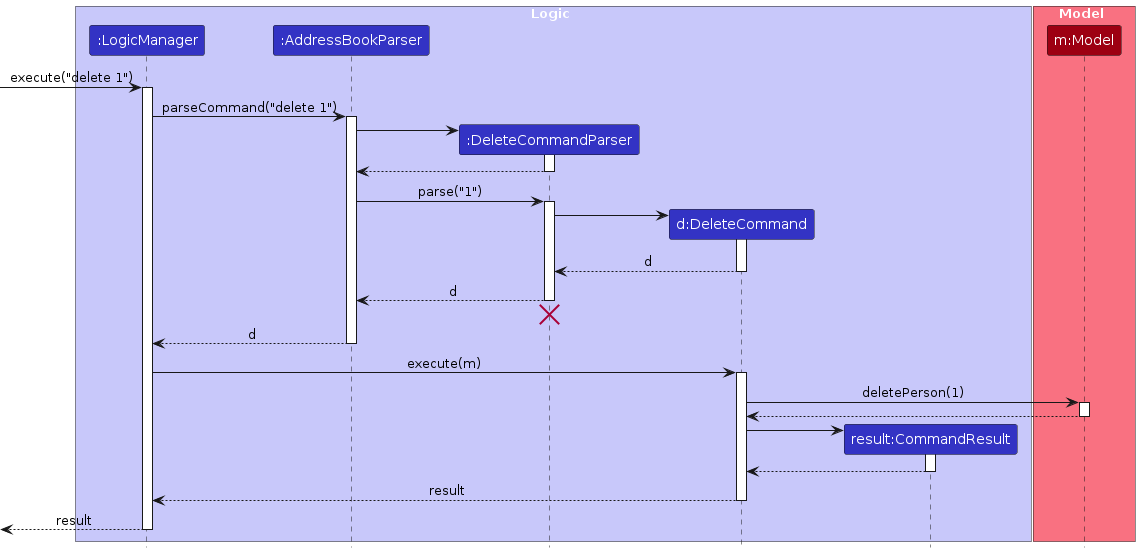
Earlier version of the PlantUML export diagrams/DeleteSequenceDiagram.png (Rishit02/tp). Its source is kept beside it as diagrams/DeleteSequenceDiagram.puml. The source it was exported from:
```plantuml
@startuml
!include style.puml
skinparam ArrowFontStyle plain

box Logic LOGIC_COLOR_T1
participant ":LogicManager" as LogicManager LOGIC_COLOR
participant ":AddressBookParser" as AddressBookParser LOGIC_COLOR
participant ":DeleteCommandParser" as DeleteCommandParser LOGIC_COLOR
participant "d:DeleteCommand" as DeleteCommand LOGIC_COLOR
participant "result:CommandResult" as CommandResult LOGIC_COLOR
end box

box Model MODEL_COLOR_T1
participant "m:Model" as Model MODEL_COLOR
end box

[-> LogicManager : execute("delete 1")
activate LogicManager

LogicManager -> AddressBookParser : parseCommand("delete 1")
activate AddressBookParser

create DeleteCommandParser
AddressBookParser -> DeleteCommandParser
activate DeleteCommandParser

DeleteCommandParser --> AddressBookParser
deactivate DeleteCommandParser

AddressBookParser -> DeleteCommandParser : parse("1")
activate DeleteCommandParser

create DeleteCommand
DeleteCommandParser -> DeleteCommand
activate DeleteCommand

DeleteCommand --> DeleteCommandParser : d
deactivate DeleteCommand

DeleteCommandParser --> AddressBookParser : d
deactivate DeleteCommandParser
DeleteCommandParser -[hidden]-> AddressBookParser
destroy DeleteCommandParser

AddressBookParser --> LogicManager : d
deactivate AddressBookParser

LogicManager -> DeleteCommand : execute(m)
activate DeleteCommand

DeleteCommand -> Model : deletePerson(1)
activate Model

Model --> DeleteCommand
deactivate Model

create CommandResult
DeleteCommand -> CommandResult
activate CommandResult

CommandResult --> DeleteCommand
deactivate CommandResult

DeleteCommand --> LogicManager : result
deactivate DeleteCommand

[<--LogicManager : result
deactivate LogicManager
@enduml
```
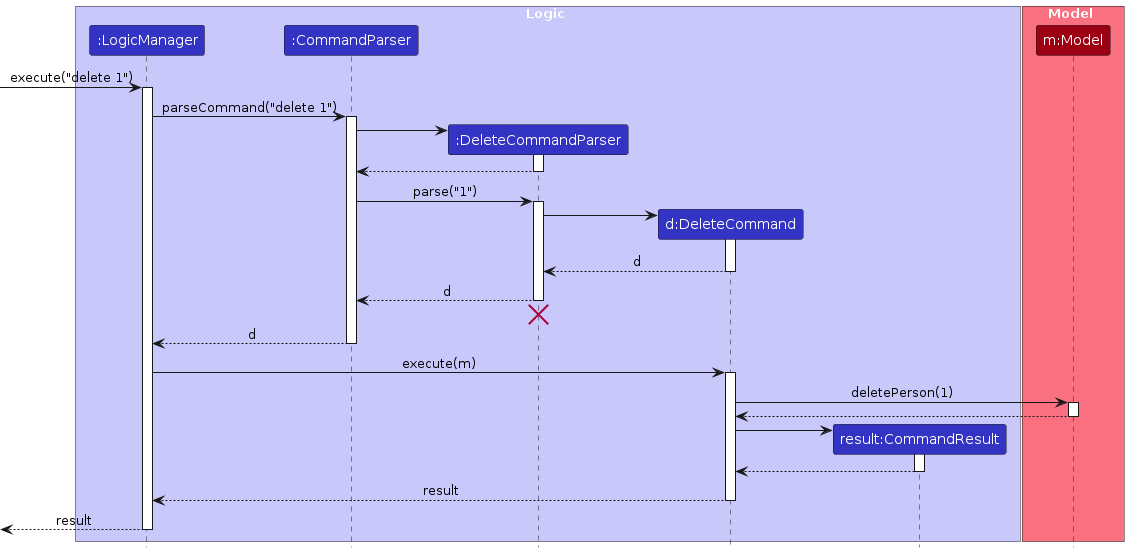
After the change.

Diff of the diagram source:
```diff
@@ -4,7 +4,7 @@
 
 box Logic LOGIC_COLOR_T1
 participant ":LogicManager" as LogicManager LOGIC_COLOR
-participant ":AddressBookParser" as AddressBookParser LOGIC_COLOR
+participant ":CommandParser" as CommandParser LOGIC_COLOR
 participant ":DeleteCommandParser" as DeleteCommandParser LOGIC_COLOR
 participant "d:DeleteCommand" as DeleteCommand LOGIC_COLOR
 participant "result:CommandResult" as CommandResult LOGIC_COLOR
@@ -17,17 +17,17 @@
 [-> LogicManager : execute("delete 1")
 activate LogicManager
 
-LogicManager -> AddressBookParser : parseCommand("delete 1")
-activate AddressBookParser
+LogicManager -> CommandParser : parseCommand("delete 1")
+activate CommandParser
 
 create DeleteCommandParser
-AddressBookParser -> DeleteCommandParser
+CommandParser -> DeleteCommandParser
 activate DeleteCommandParser
 
-DeleteCommandParser --> AddressBookParser
+DeleteCommandParser --> CommandParser
 deactivate DeleteCommandParser
 
-AddressBookParser -> DeleteCommandParser : parse("1")
+CommandParser -> DeleteCommandParser : parse("1")
 activate DeleteCommandParser
 
 create DeleteCommand
@@ -37,13 +37,13 @@
 DeleteCommand --> DeleteCommandParser : d
 deactivate DeleteCommand
 
-DeleteCommandParser --> AddressBookParser : d
+DeleteCommandParser --> CommandParser : d
 deactivate DeleteCommandParser
-DeleteCommandParser -[hidden]-> AddressBookParser
+DeleteCommandParser -[hidden]-> CommandParser
 destroy DeleteCommandParser
 
-AddressBookParser --> LogicManager : d
-deactivate AddressBookParser
+CommandParser --> LogicManager : d
+deactivate CommandParser
 
 LogicManager -> DeleteCommand : execute(m)
 activate DeleteCommand
```
